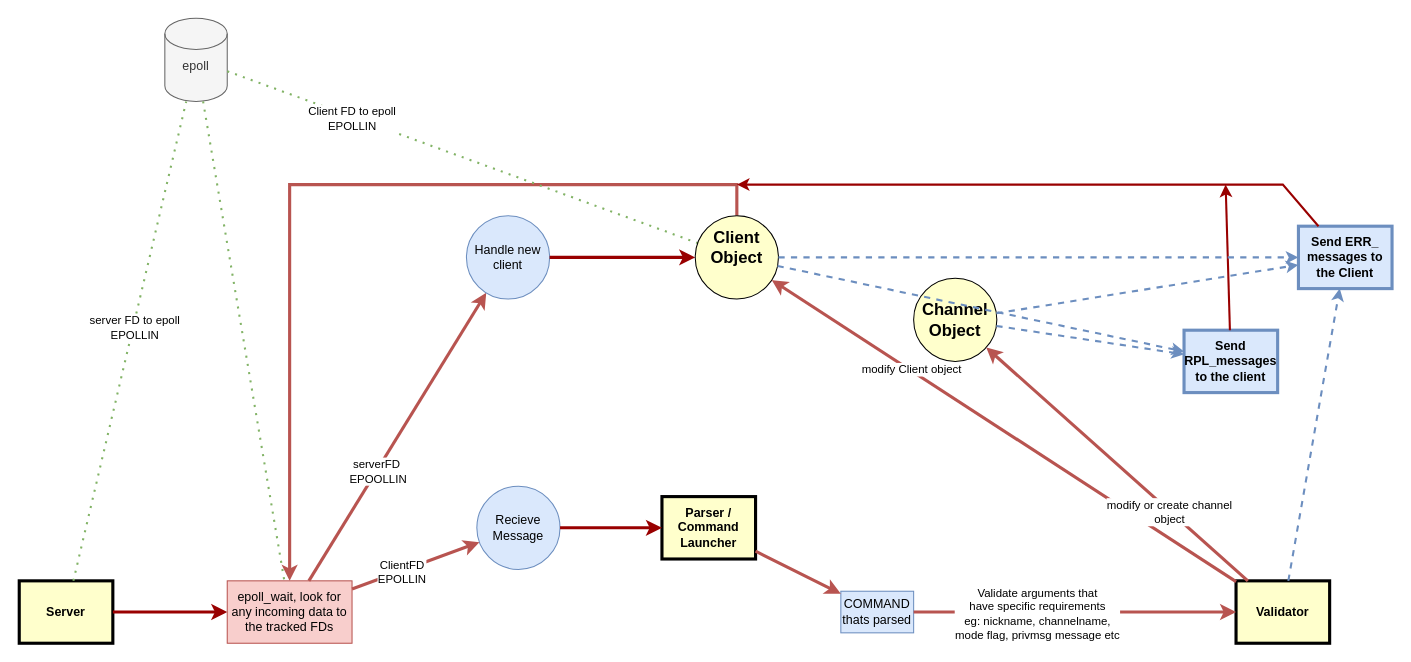
This is flowchart.drawio from LeonorTu/ft_irc, a draw.io file, before an edit. Source tidied: cells renumbered, new cells numbered last; positions are measured from the earlier drawing's top-left corner, leaving out a move shared by most shapes. Both pictures are drawn from the tidied source at 104%, with x=0, y=0 at pixel (19, 18).
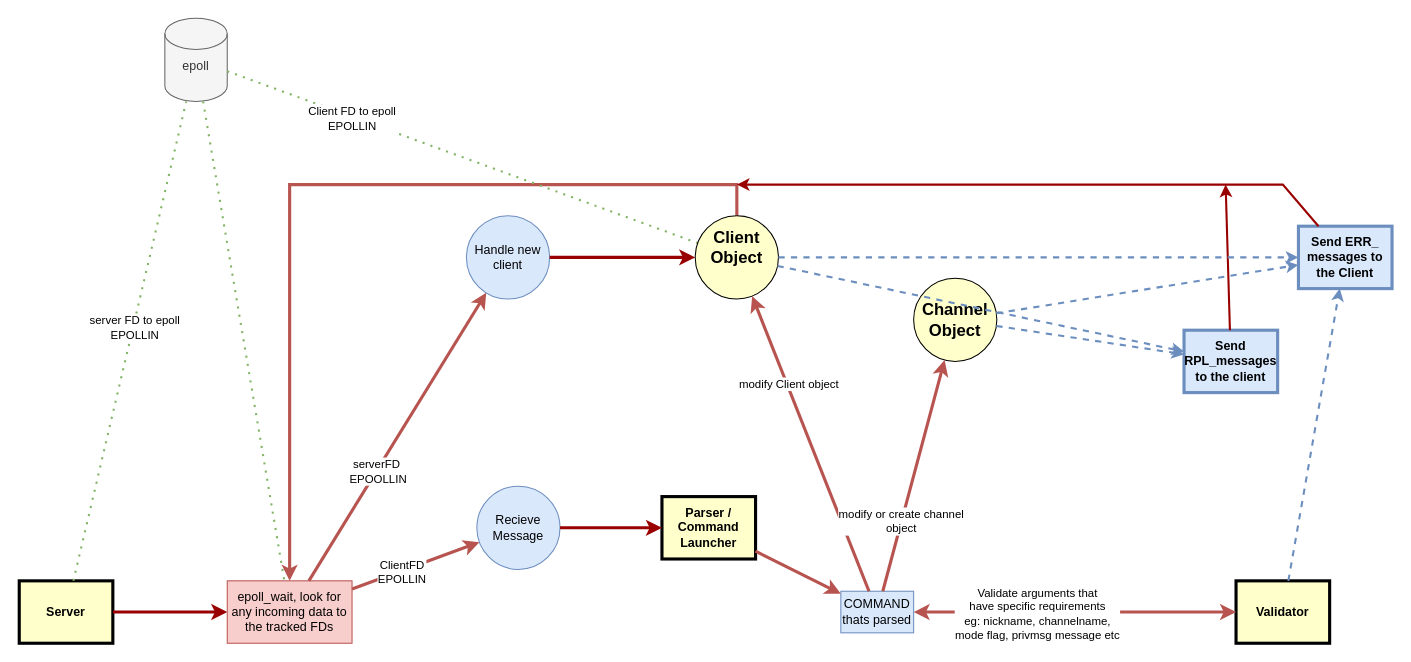
After the change.

Commit message:
fix: update flowchart connections for accurate representation

Unchanged cells that the change refers to:
```xml
<mxCell id="20" value="Validator" style="whiteSpace=wrap;align=center;verticalAlign=middle;fontStyle=1;strokeWidth=3;fillColor=#FFFFCC;" parent="1" vertex="1">
  <mxGeometry x="1170" y="541" width="90" height="60" as="geometry" />
</mxCell>
<mxCell id="21" value="COMMAND thats parsed" style="rounded=0;whiteSpace=wrap;html=1;fillColor=#dae8fc;strokeColor=#6c8ebf;" parent="1" vertex="1">
  <mxGeometry x="790" y="551" width="70" height="40" as="geometry" />
</mxCell>
<mxCell id="22" value="Client Object&lt;div&gt;&lt;br&gt;&lt;/div&gt;" style="ellipse;whiteSpace=wrap;html=1;fillColor=#FFFFCC;strokeColor=default;fontStyle=1;fontSize=16;" parent="1" vertex="1">
  <mxGeometry x="650" y="190" width="80" height="80" as="geometry" />
</mxCell>
<mxCell id="27" value="&lt;div&gt;Channel Object&lt;/div&gt;" style="ellipse;whiteSpace=wrap;html=1;fillColor=#FFFFCC;strokeColor=default;fontStyle=1;fontSize=16;" parent="1" vertex="1">
  <mxGeometry x="860" y="250" width="80" height="80" as="geometry" />
</mxCell>
```

The edit, as a diff of the source:
```diff
@@
-    <mxCell id="25" style="endArrow=classic;html=1;rounded=0;startArrow=none;startFill=0;endFill=1;fillColor=#f8cecc;strokeColor=#b85450;strokeWidth=3;" parent="1" edge="1" source="20" target="22">
+    <mxCell id="25" style="endArrow=classic;html=1;rounded=0;startArrow=none;startFill=0;endFill=1;fillColor=#f8cecc;strokeColor=#b85450;strokeWidth=3;" parent="1" edge="1" source="21" target="22">
       <mxGeometry relative="1" as="geometry" />
     </mxCell>
@@
-    <mxCell id="28" style="endArrow=none;html=1;rounded=0;strokeWidth=3;fillColor=#f8cecc;strokeColor=#b85450;startArrow=classic;startFill=1;" parent="1" edge="1" source="27" target="20">
+    <mxCell id="28" style="endArrow=none;html=1;rounded=0;strokeWidth=3;fillColor=#f8cecc;strokeColor=#b85450;startArrow=classic;startFill=1;" parent="1" edge="1" source="27" target="21">
       <mxGeometry relative="1" as="geometry" />
     </mxCell>
@@
-    <mxCell id="32" style="endArrow=classic;html=1;rounded=0;fillColor=#f8cecc;strokeColor=#b85450;strokeWidth=3;startArrow=none;startFill=0;" parent="1" edge="1" source="21" target="20">
+    <mxCell id="32" style="endArrow=classic;html=1;rounded=0;fillColor=#f8cecc;strokeColor=#b85450;strokeWidth=3;startArrow=classic;startFill=1;" parent="1" edge="1" source="21" target="20">
       <mxGeometry relative="1" as="geometry" />
     </mxCell>
```
